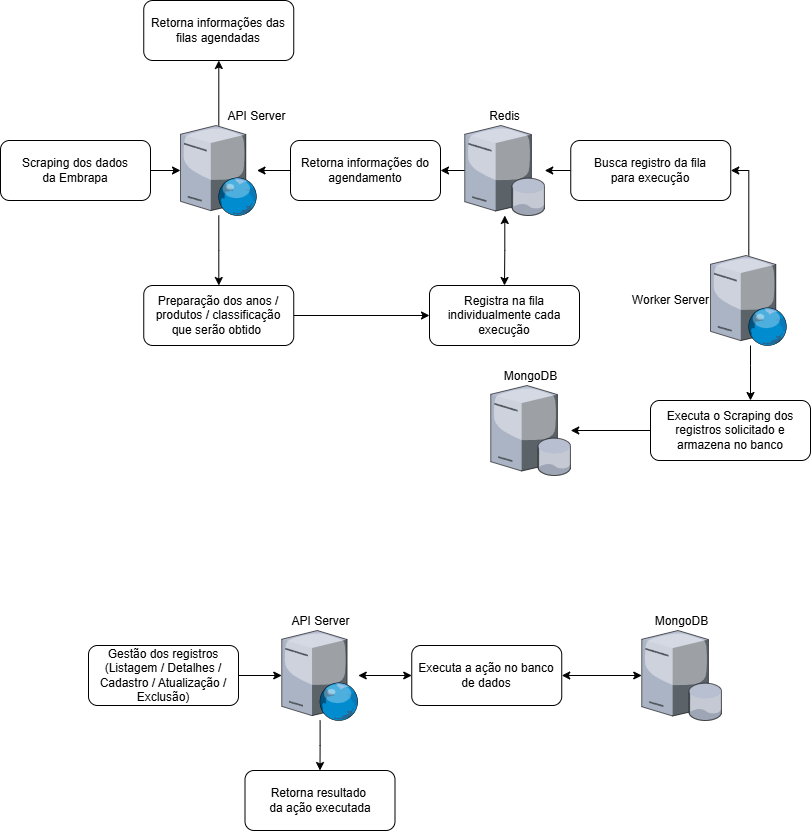
Above: TC1.base.png in claudio-pandolfi/tc01-fiap (draw.io), before the change. Source tidied: cells renumbered, new cells last; positions are measured from the earlier drawing's top-left corner, leaving out a move shared by most shapes. Its diagram source:
```xml
<mxGraphModel>
  <root>
    <mxCell id="0" />
    <mxCell id="1" parent="0" />
    <mxCell id="2" value="MongoDB" style="verticalLabelPosition=top;sketch=0;html=1;verticalAlign=bottom;strokeColor=none;align=center;outlineConnect=0;shape=mxgraph.citrix.database_server;labelPosition=center;" parent="1" vertex="1">
      <mxGeometry x="490.2" y="385" width="80" height="90" as="geometry" />
    </mxCell>
    <mxCell id="3" style="edgeStyle=orthogonalEdgeStyle;rounded=0;jettySize=auto;html=1;endArrow=classic;startFill=0;endFill=1;" parent="1" edge="1" source="5" target="15">
      <mxGeometry relative="1" as="geometry" />
    </mxCell>
    <mxCell id="4" style="edgeStyle=orthogonalEdgeStyle;rounded=0;jettySize=auto;html=1;" parent="1" edge="1" source="5" target="32">
      <mxGeometry relative="1" as="geometry" />
    </mxCell>
    <mxCell id="5" value="&amp;nbsp; &amp;nbsp; &amp;nbsp; &amp;nbsp; &amp;nbsp; &amp;nbsp; &amp;nbsp; &amp;nbsp; &amp;nbsp; &amp;nbsp; &amp;nbsp; &amp;nbsp;API Server" style="verticalLabelPosition=top;sketch=0;html=1;verticalAlign=bottom;strokeColor=none;align=center;outlineConnect=0;shape=mxgraph.citrix.web_server;labelPosition=center;" parent="1" vertex="1">
      <mxGeometry x="180" y="125" width="76.5" height="90" as="geometry" />
    </mxCell>
    <mxCell id="6" style="edgeStyle=orthogonalEdgeStyle;rounded=0;jettySize=auto;html=1;endArrow=classic;endFill=1;startFill=1;startArrow=classic;" parent="1" edge="1" source="8" target="16">
      <mxGeometry relative="1" as="geometry" />
    </mxCell>
    <mxCell id="7" style="edgeStyle=orthogonalEdgeStyle;rounded=0;jettySize=auto;html=1;" parent="1" edge="1" source="8" target="31">
      <mxGeometry relative="1" as="geometry" />
    </mxCell>
    <mxCell id="8" value="Redis" style="verticalLabelPosition=top;sketch=0;html=1;verticalAlign=bottom;strokeColor=none;align=center;outlineConnect=0;shape=mxgraph.citrix.database_server;labelPosition=center;" parent="1" vertex="1">
      <mxGeometry x="464.2" y="125" width="80" height="90" as="geometry" />
    </mxCell>
    <mxCell id="9" style="edgeStyle=orthogonalEdgeStyle;rounded=0;jettySize=auto;html=1;entryX=1;entryY=0.5;entryDx=0;entryDy=0;" parent="1" edge="1" source="11" target="18">
      <mxGeometry relative="1" as="geometry">
        <Array as="points">
          <mxPoint x="748" y="170" />
        </Array>
      </mxGeometry>
    </mxCell>
    <mxCell id="10" style="edgeStyle=orthogonalEdgeStyle;rounded=0;jettySize=auto;html=1;" parent="1" edge="1" source="11" target="20">
      <mxGeometry relative="1" as="geometry">
        <Array as="points">
          <mxPoint x="750" y="365" />
          <mxPoint x="750" y="365" />
        </Array>
      </mxGeometry>
    </mxCell>
    <mxCell id="11" value="Worker Server" style="verticalLabelPosition=middle;sketch=0;html=1;verticalAlign=middle;strokeColor=none;align=right;outlineConnect=0;shape=mxgraph.citrix.web_server;labelPosition=left;" parent="1" vertex="1">
      <mxGeometry x="710" y="255" width="76.5" height="90" as="geometry" />
    </mxCell>
    <mxCell id="12" style="edgeStyle=orthogonalEdgeStyle;rounded=0;jettySize=auto;html=1;endArrow=classic;startFill=0;endFill=1;" parent="1" edge="1" source="13" target="5">
      <mxGeometry relative="1" as="geometry" />
    </mxCell>
    <mxCell id="13" value="Scraping dos dados&lt;br&gt;da Embrapa" style="rounded=1;whiteSpace=wrap;html=1;" parent="1" vertex="1">
      <mxGeometry y="140" width="150" height="60" as="geometry" />
    </mxCell>
    <mxCell id="14" style="edgeStyle=orthogonalEdgeStyle;rounded=0;jettySize=auto;html=1;endArrow=classic;startFill=0;endFill=1;" parent="1" edge="1" source="15" target="16">
      <mxGeometry relative="1" as="geometry" />
    </mxCell>
    <mxCell id="15" value="Preparação dos anos / produtos / classificação que serão obtido&amp;nbsp;" style="rounded=1;whiteSpace=wrap;html=1;" parent="1" vertex="1">
      <mxGeometry x="143.2" y="285" width="150" height="60" as="geometry" />
    </mxCell>
    <mxCell id="16" value="Registra na fila individualmente cada execução" style="whiteSpace=wrap;html=1;rounded=1;" parent="1" vertex="1">
      <mxGeometry x="429" y="285" width="150" height="60" as="geometry" />
    </mxCell>
    <mxCell id="17" style="edgeStyle=orthogonalEdgeStyle;rounded=0;jettySize=auto;html=1;" parent="1" edge="1" source="18" target="8">
      <mxGeometry relative="1" as="geometry" />
    </mxCell>
    <mxCell id="18" value="Busca registro da fila&lt;br&gt;para execução" style="whiteSpace=wrap;html=1;rounded=1;" parent="1" vertex="1">
      <mxGeometry x="570.2" y="140" width="160" height="60" as="geometry" />
    </mxCell>
    <mxCell id="19" style="edgeStyle=orthogonalEdgeStyle;rounded=0;jettySize=auto;html=1;" parent="1" edge="1" source="20" target="2">
      <mxGeometry relative="1" as="geometry" />
    </mxCell>
    <mxCell id="20" value="Executa o Scraping dos registros solicitado e armazena no banco" style="whiteSpace=wrap;html=1;rounded=1;" parent="1" vertex="1">
      <mxGeometry x="650" y="400" width="160" height="60" as="geometry" />
    </mxCell>
    <mxCell id="21" value="MongoDB" style="verticalLabelPosition=top;sketch=0;html=1;verticalAlign=bottom;strokeColor=none;align=center;outlineConnect=0;shape=mxgraph.citrix.database_server;labelPosition=center;" parent="1" vertex="1">
      <mxGeometry x="641.2" y="630" width="80" height="90" as="geometry" />
    </mxCell>
    <mxCell id="22" style="edgeStyle=orthogonalEdgeStyle;rounded=0;jettySize=auto;html=1;endArrow=classic;startFill=1;startArrow=classic;endFill=1;" parent="1" edge="1" source="24" target="28">
      <mxGeometry relative="1" as="geometry" />
    </mxCell>
    <mxCell id="23" style="edgeStyle=orthogonalEdgeStyle;rounded=0;jettySize=auto;html=1;" parent="1" edge="1" source="24" target="29">
      <mxGeometry relative="1" as="geometry" />
    </mxCell>
    <mxCell id="24" value="API Server" style="verticalLabelPosition=top;sketch=0;html=1;verticalAlign=bottom;strokeColor=none;align=center;outlineConnect=0;shape=mxgraph.citrix.web_server;labelPosition=center;" parent="1" vertex="1">
      <mxGeometry x="281.2" y="630" width="76.5" height="90" as="geometry" />
    </mxCell>
    <mxCell id="25" style="edgeStyle=orthogonalEdgeStyle;rounded=0;jettySize=auto;html=1;endArrow=classic;startFill=0;startArrow=none;endFill=1;" parent="1" edge="1" source="26" target="24">
      <mxGeometry relative="1" as="geometry" />
    </mxCell>
    <mxCell id="26" value="Gestão dos registros&lt;br&gt;(Listagem / Detalhes / Cadastro / Atualização / Exclusão)" style="rounded=1;whiteSpace=wrap;html=1;" parent="1" vertex="1">
      <mxGeometry x="88" y="645" width="150" height="60" as="geometry" />
    </mxCell>
    <mxCell id="27" style="edgeStyle=orthogonalEdgeStyle;rounded=0;jettySize=auto;html=1;startArrow=classic;startFill=1;" parent="1" edge="1" source="28" target="21">
      <mxGeometry relative="1" as="geometry" />
    </mxCell>
    <mxCell id="28" value="Executa a ação no banco de dados" style="rounded=1;whiteSpace=wrap;html=1;" parent="1" vertex="1">
      <mxGeometry x="411.2" y="645" width="150" height="60" as="geometry" />
    </mxCell>
    <mxCell id="29" value="Retorna resultado&amp;nbsp;&lt;div&gt;da ação executada&lt;/div&gt;" style="rounded=1;whiteSpace=wrap;html=1;" parent="1" vertex="1">
      <mxGeometry x="244.5" y="770" width="150" height="60" as="geometry" />
    </mxCell>
    <mxCell id="30" style="edgeStyle=orthogonalEdgeStyle;rounded=0;jettySize=auto;html=1;" parent="1" edge="1" source="31" target="5">
      <mxGeometry relative="1" as="geometry" />
    </mxCell>
    <mxCell id="31" value="Retorna informações do agendamento" style="whiteSpace=wrap;html=1;rounded=1;" parent="1" vertex="1">
      <mxGeometry x="290" y="140" width="150" height="60" as="geometry" />
    </mxCell>
    <mxCell id="32" value="Retorna informações das filas agendadas" style="rounded=1;whiteSpace=wrap;html=1;" parent="1" vertex="1">
      <mxGeometry x="143.2" width="150" height="60" as="geometry" />
    </mxCell>
  </root>
</mxGraphModel>
```
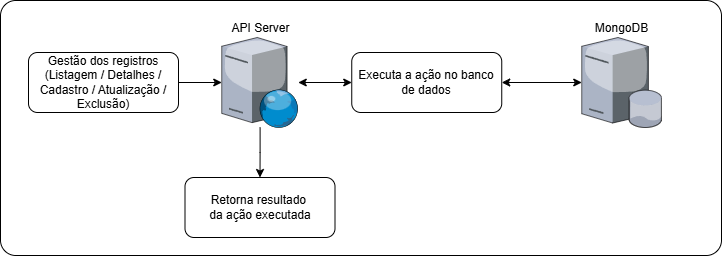
The same diagram one commit later.

Commit message:
Ajuste na imagem do fluxo base

Diff of the diagram source:
```diff
@@ -2,72 +2,9 @@
   <root>
     <mxCell id="0" />
     <mxCell id="1" parent="0" />
-    <mxCell id="2" value="MongoDB" style="verticalLabelPosition=top;sketch=0;html=1;verticalAlign=bottom;strokeColor=none;align=center;outlineConnect=0;shape=mxgraph.citrix.database_server;labelPosition=center;" parent="1" vertex="1">
-      <mxGeometry x="490.2" y="385" width="80" height="90" as="geometry" />
-    </mxCell>
-    <mxCell id="3" style="edgeStyle=orthogonalEdgeStyle;rounded=0;jettySize=auto;html=1;endArrow=classic;startFill=0;endFill=1;" parent="1" edge="1" source="5" target="15">
-      <mxGeometry relative="1" as="geometry" />
-    </mxCell>
-    <mxCell id="4" style="edgeStyle=orthogonalEdgeStyle;rounded=0;jettySize=auto;html=1;" parent="1" edge="1" source="5" target="32">
-      <mxGeometry relative="1" as="geometry" />
-    </mxCell>
-    <mxCell id="5" value="&amp;nbsp; &amp;nbsp; &amp;nbsp; &amp;nbsp; &amp;nbsp; &amp;nbsp; &amp;nbsp; &amp;nbsp; &amp;nbsp; &amp;nbsp; &amp;nbsp; &amp;nbsp;API Server" style="verticalLabelPosition=top;sketch=0;html=1;verticalAlign=bottom;strokeColor=none;align=center;outlineConnect=0;shape=mxgraph.citrix.web_server;labelPosition=center;" parent="1" vertex="1">
-      <mxGeometry x="180" y="125" width="76.5" height="90" as="geometry" />
-    </mxCell>
-    <mxCell id="6" style="edgeStyle=orthogonalEdgeStyle;rounded=0;jettySize=auto;html=1;endArrow=classic;endFill=1;startFill=1;startArrow=classic;" parent="1" edge="1" source="8" target="16">
-      <mxGeometry relative="1" as="geometry" />
-    </mxCell>
-    <mxCell id="7" style="edgeStyle=orthogonalEdgeStyle;rounded=0;jettySize=auto;html=1;" parent="1" edge="1" source="8" target="31">
-      <mxGeometry relative="1" as="geometry" />
-    </mxCell>
-    <mxCell id="8" value="Redis" style="verticalLabelPosition=top;sketch=0;html=1;verticalAlign=bottom;strokeColor=none;align=center;outlineConnect=0;shape=mxgraph.citrix.database_server;labelPosition=center;" parent="1" vertex="1">
-      <mxGeometry x="464.2" y="125" width="80" height="90" as="geometry" />
-    </mxCell>
-    <mxCell id="9" style="edgeStyle=orthogonalEdgeStyle;rounded=0;jettySize=auto;html=1;entryX=1;entryY=0.5;entryDx=0;entryDy=0;" parent="1" edge="1" source="11" target="18">
-      <mxGeometry relative="1" as="geometry">
-        <Array as="points">
-          <mxPoint x="748" y="170" />
-        </Array>
-      </mxGeometry>
-    </mxCell>
-    <mxCell id="10" style="edgeStyle=orthogonalEdgeStyle;rounded=0;jettySize=auto;html=1;" parent="1" edge="1" source="11" target="20">
-      <mxGeometry relative="1" as="geometry">
-        <Array as="points">
-          <mxPoint x="750" y="365" />
-          <mxPoint x="750" y="365" />
-        </Array>
-      </mxGeometry>
-    </mxCell>
-    <mxCell id="11" value="Worker Server" style="verticalLabelPosition=middle;sketch=0;html=1;verticalAlign=middle;strokeColor=none;align=right;outlineConnect=0;shape=mxgraph.citrix.web_server;labelPosition=left;" parent="1" vertex="1">
-      <mxGeometry x="710" y="255" width="76.5" height="90" as="geometry" />
-    </mxCell>
-    <mxCell id="12" style="edgeStyle=orthogonalEdgeStyle;rounded=0;jettySize=auto;html=1;endArrow=classic;startFill=0;endFill=1;" parent="1" edge="1" source="13" target="5">
-      <mxGeometry relative="1" as="geometry" />
-    </mxCell>
-    <mxCell id="13" value="Scraping dos dados&lt;br&gt;da Embrapa" style="rounded=1;whiteSpace=wrap;html=1;" parent="1" vertex="1">
-      <mxGeometry y="140" width="150" height="60" as="geometry" />
-    </mxCell>
-    <mxCell id="14" style="edgeStyle=orthogonalEdgeStyle;rounded=0;jettySize=auto;html=1;endArrow=classic;startFill=0;endFill=1;" parent="1" edge="1" source="15" target="16">
-      <mxGeometry relative="1" as="geometry" />
-    </mxCell>
-    <mxCell id="15" value="Preparação dos anos / produtos / classificação que serão obtido&amp;nbsp;" style="rounded=1;whiteSpace=wrap;html=1;" parent="1" vertex="1">
-      <mxGeometry x="143.2" y="285" width="150" height="60" as="geometry" />
-    </mxCell>
-    <mxCell id="16" value="Registra na fila individualmente cada execução" style="whiteSpace=wrap;html=1;rounded=1;" parent="1" vertex="1">
-      <mxGeometry x="429" y="285" width="150" height="60" as="geometry" />
-    </mxCell>
-    <mxCell id="17" style="edgeStyle=orthogonalEdgeStyle;rounded=0;jettySize=auto;html=1;" parent="1" edge="1" source="18" target="8">
-      <mxGeometry relative="1" as="geometry" />
-    </mxCell>
-    <mxCell id="18" value="Busca registro da fila&lt;br&gt;para execução" style="whiteSpace=wrap;html=1;rounded=1;" parent="1" vertex="1">
-      <mxGeometry x="570.2" y="140" width="160" height="60" as="geometry" />
-    </mxCell>
-    <mxCell id="19" style="edgeStyle=orthogonalEdgeStyle;rounded=0;jettySize=auto;html=1;" parent="1" edge="1" source="20" target="2">
-      <mxGeometry relative="1" as="geometry" />
-    </mxCell>
-    <mxCell id="20" value="Executa o Scraping dos registros solicitado e armazena no banco" style="whiteSpace=wrap;html=1;rounded=1;" parent="1" vertex="1">
-      <mxGeometry x="650" y="400" width="160" height="60" as="geometry" />
-    </mxCell>
+    <mxCell id="33" style="rounded=1;whiteSpace=wrap;html=1;arcSize=6;" parent="1" vertex="1">
+      <mxGeometry x="60" y="593" width="721" height="255" as="geometry" />
+    </mxCell>
     <mxCell id="21" value="MongoDB" style="verticalLabelPosition=top;sketch=0;html=1;verticalAlign=bottom;strokeColor=none;align=center;outlineConnect=0;shape=mxgraph.citrix.database_server;labelPosition=center;" parent="1" vertex="1">
       <mxGeometry x="641.2" y="630" width="80" height="90" as="geometry" />
     </mxCell>
@@ -95,14 +32,5 @@
     <mxCell id="29" value="Retorna resultado&amp;nbsp;&lt;div&gt;da ação executada&lt;/div&gt;" style="rounded=1;whiteSpace=wrap;html=1;" parent="1" vertex="1">
       <mxGeometry x="244.5" y="770" width="150" height="60" as="geometry" />
     </mxCell>
-    <mxCell id="30" style="edgeStyle=orthogonalEdgeStyle;rounded=0;jettySize=auto;html=1;" parent="1" edge="1" source="31" target="5">
-      <mxGeometry relative="1" as="geometry" />
-    </mxCell>
-    <mxCell id="31" value="Retorna informações do agendamento" style="whiteSpace=wrap;html=1;rounded=1;" parent="1" vertex="1">
-      <mxGeometry x="290" y="140" width="150" height="60" as="geometry" />
-    </mxCell>
-    <mxCell id="32" value="Retorna informações das filas agendadas" style="rounded=1;whiteSpace=wrap;html=1;" parent="1" vertex="1">
-      <mxGeometry x="143.2" width="150" height="60" as="geometry" />
-    </mxCell>
   </root>
 </mxGraphModel>
```
